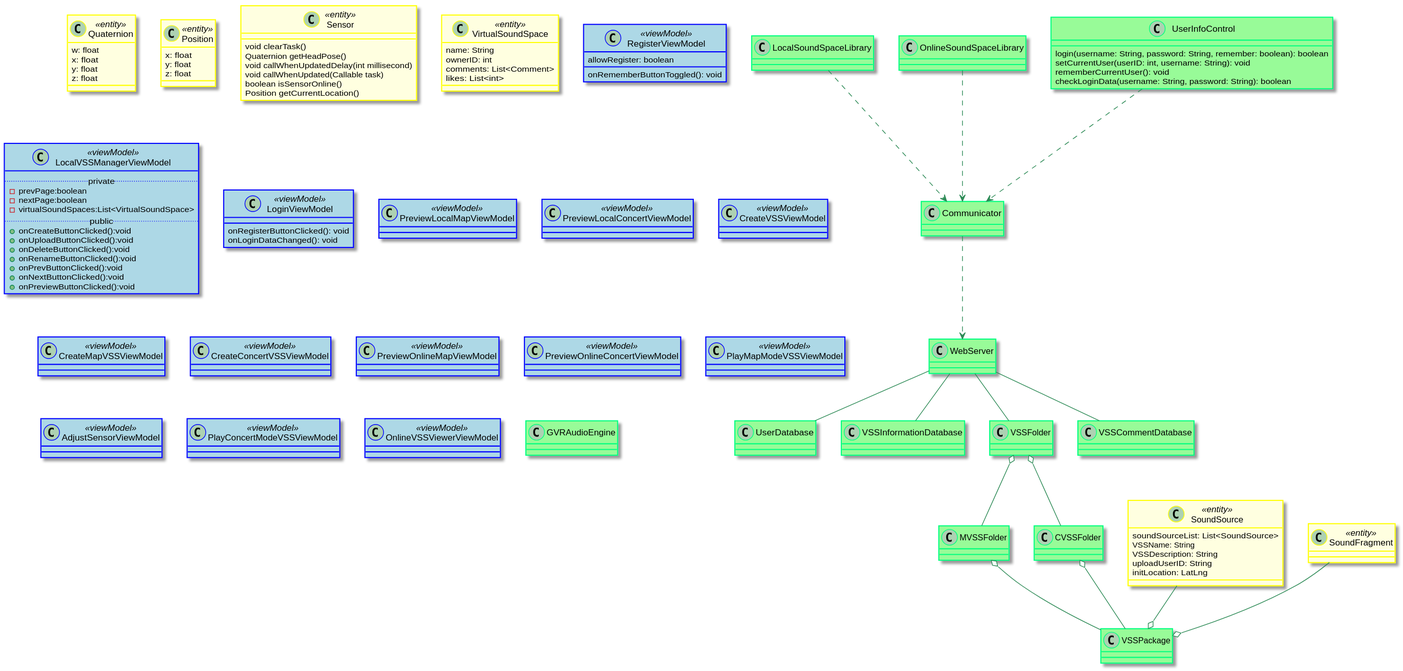
Before: 设计/Diagrams/ClassDiagram.svg, a diagram exported from PlantUML (kpp19920121/doc).
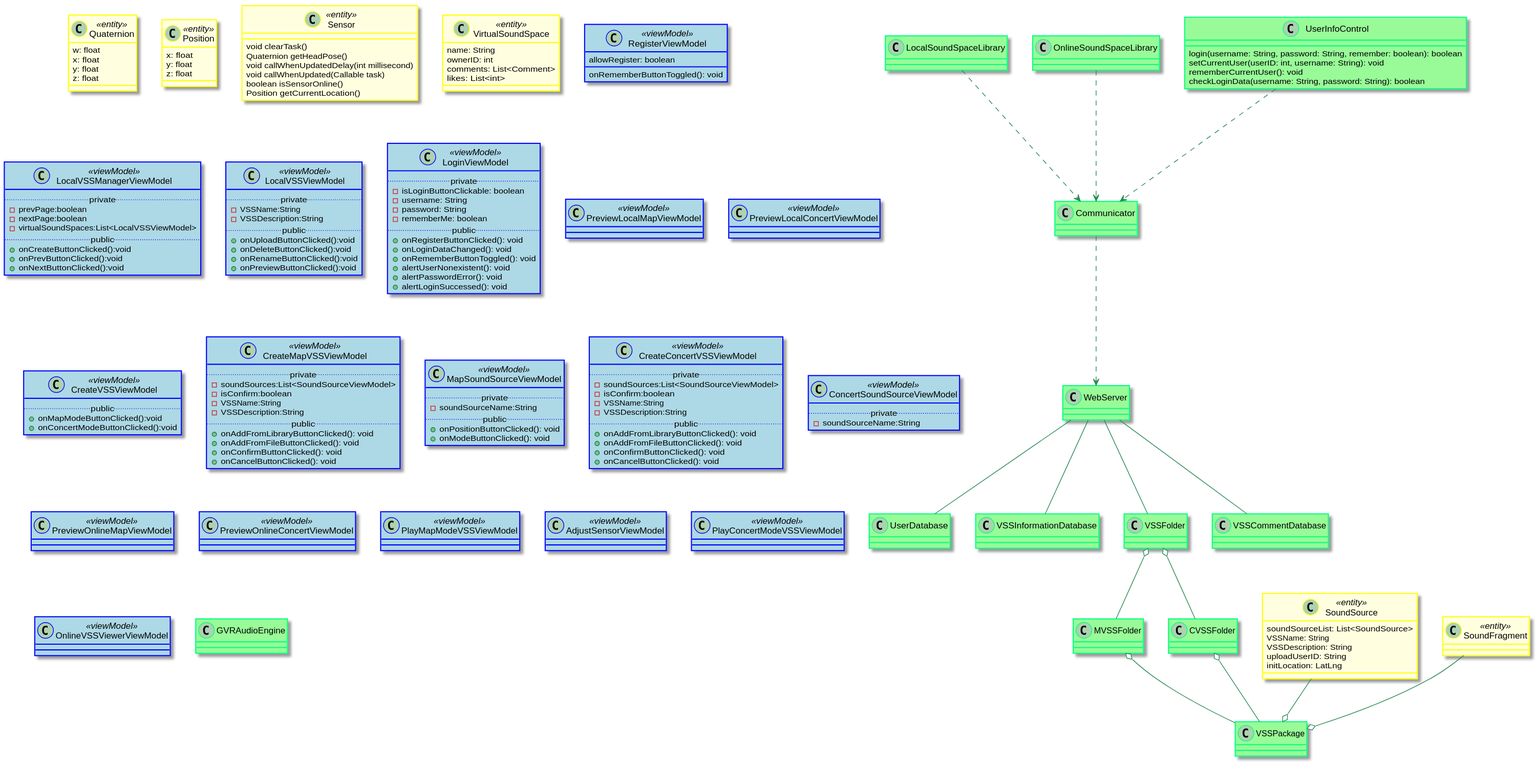
The same file after the commit.

Diff of the diagram source:
```diff
@@ -65,21 +65,37 @@
   ..private..
   -prevPage:boolean
   -nextPage:boolean
-  -virtualSoundSpaces:List<VirtualSoundSpace>
+  -virtualSoundSpaces:List<LocalVSSViewModel>
   ..public..
   +onCreateButtonClicked():void
+  +onPrevButtonClicked():void
+  +onNextButtonClicked():void
+}
+class LocalVSSViewModel <<viewModel>> {
+  ..private..
+  -VSSName:String
+  -VSSDescription:String
+  ..public..
   +onUploadButtonClicked():void
   +onDeleteButtonClicked():void
   +onRenameButtonClicked():void
-  +onPrevButtonClicked():void
-  +onNextButtonClicked():void
   +onPreviewButtonClicked():void
 }
 class LoginViewModel <<viewModel>> {
+	..private..
+	- isLoginButtonClickable: boolean
+	- username: String
+	- password: String
+	- rememberMe: boolean
+	..public..
+	+ onRegisterButtonClicked(): void
+	+ onLoginDataChanged(): void
+	+ onRememberButtonToggled(): void
+	+ alertUserNonexistent(): void
+	+ alertPasswordError(): void
+	+ alertLoginSuccessed(): void
+}
 
-	onRegisterButtonClicked(): void
-	onLoginDataChanged(): void
-}
 class PreviewLocalMapViewModel <<viewModel>> {
 
 }
@@ -87,13 +103,44 @@
 
 }
 class CreateVSSViewModel <<viewModel>> {
-
+  ..public..
+  +onMapModeButtonClicked():void
+  +onConcertModeButtonClicked():void
 }
 class CreateMapVSSViewModel <<viewModel>> {
-
+  ..private..
+  -soundSources:List<SoundSourceViewModel>
+  -isConfirm:boolean
+  -VSSName:String
+  -VSSDescription:String
+  ..public..
+  +onAddFromLibraryButtonClicked(): void
+  +onAddFromFileButtonClicked(): void
+  +onConfirmButtonClicked(): void
+  +onCancelButtonClicked(): void
+}
+class MapSoundSourceViewModel <<viewModel>> {
+  ..private..
+  -soundSourceName:String
+  ..public..
+  +onPositionButtonClicked(): void
+  +onModeButtonClicked(): void
 }
 class CreateConcertVSSViewModel <<viewModel>> {
-
+  ..private..
+  -soundSources:List<SoundSourceViewModel>
+  -isConfirm:boolean
+  -VSSName:String
+  -VSSDescription:String
+  ..public..
+  +onAddFromLibraryButtonClicked(): void
+  +onAddFromFileButtonClicked(): void
+  +onConfirmButtonClicked(): void
+  +onCancelButtonClicked(): void
+}
+class ConcertSoundSourceViewModel <<viewModel>> {
+  ..private..
+  -soundSourceName:String
 }
 class PreviewOnlineMapViewModel <<viewModel>> {
 
```
